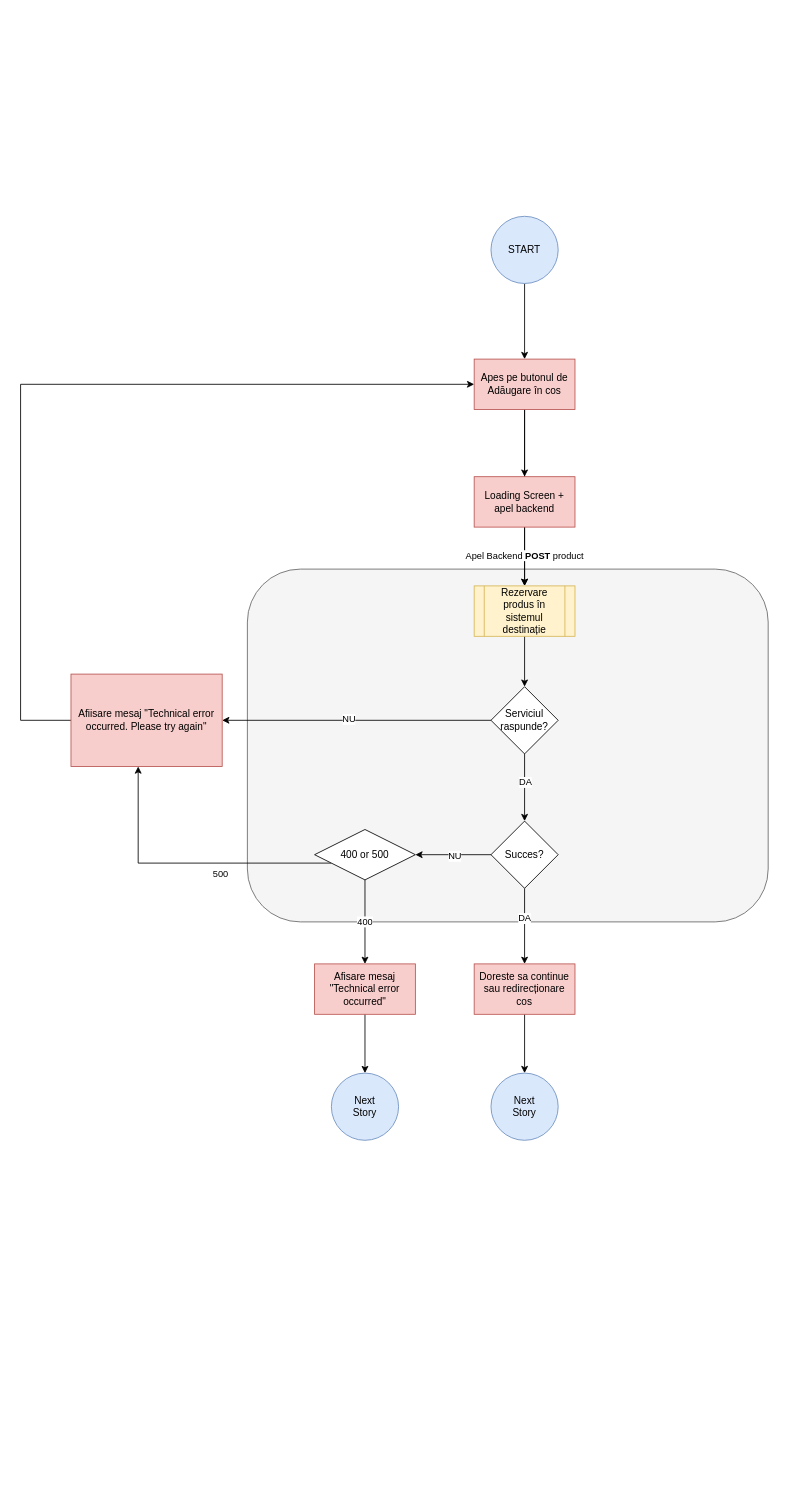
Before: Untitled Diagram.drawio in astanciu20/Today-UIKit, a draw.io diagram. Source tidied: cells renumbered, new cells numbered last; positions are measured from the earlier drawing's top-left corner, leaving out a move shared by most shapes. Both pictures are drawn from the tidied source at 84%, with x=0, y=0 at pixel (20, 216).
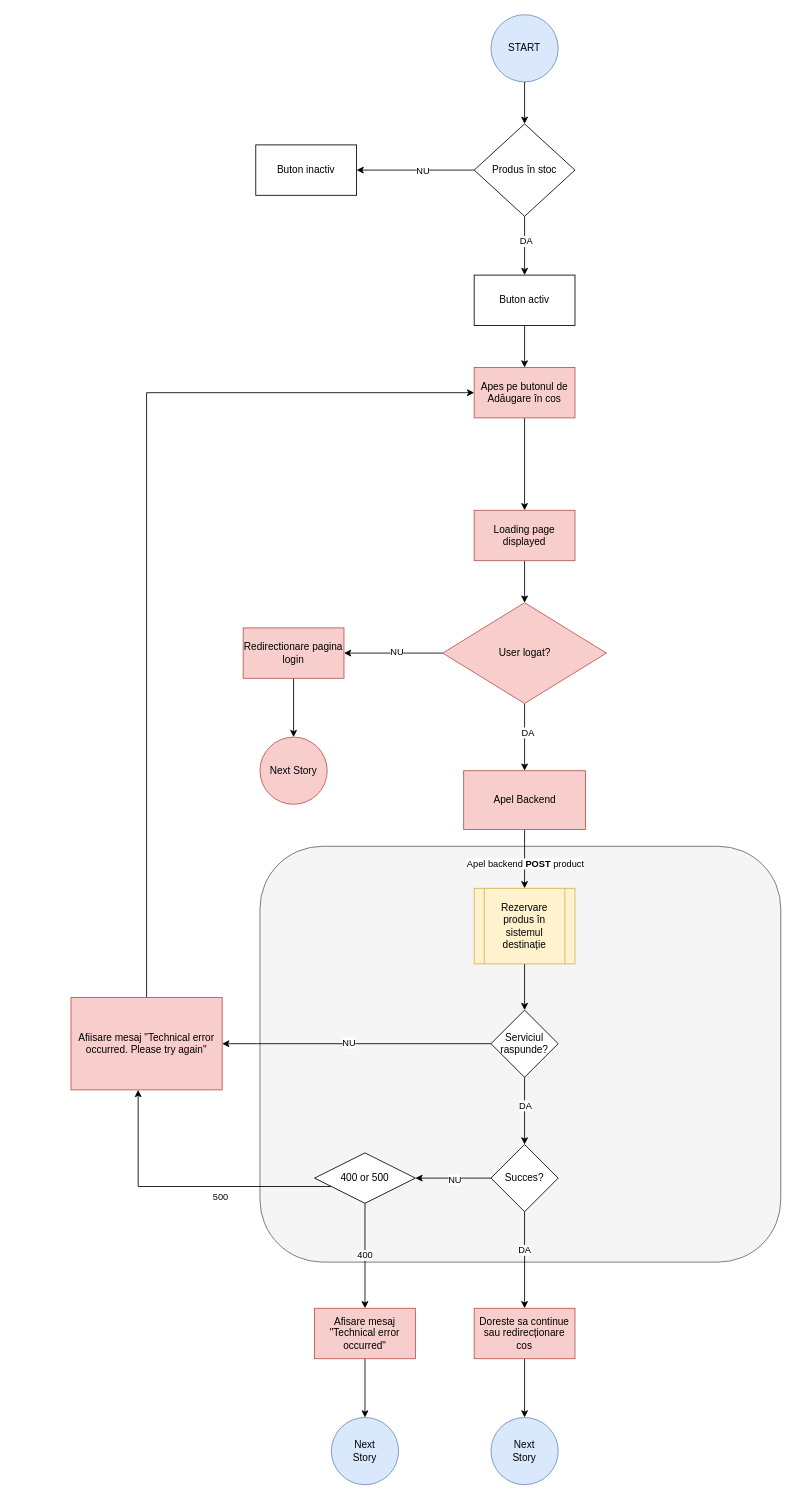
Above is the later version.

The edit, as a diff of the source:
```diff
@@
     <mxCell id="2" style="rounded=1;whiteSpace=wrap;html=1;fillColor=#f5f5f5;fontColor=#333333;strokeColor=#666666;" parent="1" vertex="1">
-      <mxGeometry x="270" y="420" width="620" height="420" as="geometry" />
+      <mxGeometry x="285" y="750" width="620" height="495" as="geometry" />
     </mxCell>
-    <mxCell id="3" style="edgeStyle=orthogonalEdgeStyle;rounded=0;jettySize=auto;html=1;" parent="1" edge="1" source="4" target="7">
+    <mxCell id="3" style="edgeStyle=orthogonalEdgeStyle;rounded=0;jettySize=auto;html=1;" parent="1" edge="1" source="44" target="7">
       <mxGeometry relative="1" as="geometry" />
     </mxCell>
     <mxCell id="4" value="START" style="ellipse;whiteSpace=wrap;html=1;fillColor=#dae8fc;strokeColor=#6c8ebf;" parent="1" vertex="1">
-      <mxGeometry x="560" width="80" height="80" as="geometry" />
+      <mxGeometry x="560" y="-240" width="80" height="80" as="geometry" />
     </mxCell>
-    <mxCell id="5" style="edgeStyle=orthogonalEdgeStyle;rounded=0;jettySize=auto;html=1;" parent="1" edge="1" source="7" target="9">
-      <mxGeometry relative="1" as="geometry" />
-    </mxCell>
-    <mxCell id="6" style="edgeStyle=orthogonalEdgeStyle;rounded=0;jettySize=auto;html=1;" parent="1" edge="1" source="7" target="12">
-      <mxGeometry relative="1" as="geometry" />
-    </mxCell>
+    <mxCell id="36" style="edgeStyle=orthogonalEdgeStyle;rounded=0;jettySize=auto;html=1;" parent="1" edge="1" source="7" target="46">
+      <mxGeometry relative="1" as="geometry" />
+    </mxCell>
     <mxCell id="7" value="Apes pe butonul de Adăugare în cos" style="whiteSpace=wrap;html=1;fillColor=#f8cecc;strokeColor=#b85450;" parent="1" vertex="1">
-      <mxGeometry x="540" y="170" width="120" height="60" as="geometry" />
+      <mxGeometry x="540" y="180" width="120" height="60" as="geometry" />
     </mxCell>
@@
     <mxCell id="9" value="Rezervare produs în sistemul destinație" style="shape=process;whiteSpace=wrap;html=1;backgroundOutline=1;fillColor=#fff2cc;strokeColor=#d6b656;" parent="1" vertex="1">
-      <mxGeometry x="540" y="440" width="120" height="60" as="geometry" />
+      <mxGeometry x="540" y="800" width="120" height="90" as="geometry" />
     </mxCell>
-    <mxCell id="10" style="edgeStyle=orthogonalEdgeStyle;rounded=0;jettySize=auto;html=1;" parent="1" edge="1" source="12" target="9">
-      <mxGeometry relative="1" as="geometry" />
-    </mxCell>
-    <mxCell id="11" value="Apel Backend &lt;b&gt;POST&lt;/b&gt; product" style="edgeLabel;html=1;align=center;verticalAlign=middle;" parent="10" vertex="1">
-      <mxGeometry x="-0.06" y="-1" relative="1" as="geometry" />
-    </mxCell>
-    <mxCell id="12" value="Loading Screen + apel backend" style="whiteSpace=wrap;html=1;fillColor=#f8cecc;strokeColor=#b85450;" parent="1" vertex="1">
-      <mxGeometry x="540" y="310" width="120" height="60" as="geometry" />
-    </mxCell>
@@
     <mxCell id="17" value="Serviciul&lt;br&gt;raspunde?" style="rhombus;whiteSpace=wrap;html=1;" parent="1" vertex="1">
-      <mxGeometry x="560" y="560" width="80" height="80" as="geometry" />
+      <mxGeometry x="560" y="945" width="80" height="80" as="geometry" />
     </mxCell>
-    <mxCell id="18" style="edgeStyle=orthogonalEdgeStyle;rounded=0;jettySize=auto;html=1;entryX=0;entryY=0.5;entryDx=0;entryDy=0;" parent="1" edge="1" source="19" target="7">
-      <mxGeometry relative="1" as="geometry">
-        <Array as="points">
-          <mxPoint y="600" />
-          <mxPoint y="200" />
-        </Array>
-      </mxGeometry>
+    <mxCell id="18" style="edgeStyle=orthogonalEdgeStyle;rounded=0;jettySize=auto;html=1;exitX=0.5;exitY=0;exitDx=0;exitDy=0;entryX=0;entryY=0.5;entryDx=0;entryDy=0;" parent="1" edge="1" source="19" target="7">
+      <mxGeometry relative="1" as="geometry" />
     </mxCell>
     <mxCell id="19" value="Afiisare mesaj &quot;Technical error occurred. Please try again&quot;" style="whiteSpace=wrap;html=1;fillColor=#f8cecc;strokeColor=#b85450;" parent="1" vertex="1">
-      <mxGeometry x="60" y="545" width="180" height="110" as="geometry" />
+      <mxGeometry x="60" y="930" width="180" height="110" as="geometry" />
     </mxCell>
@@
     <mxCell id="24" value="Succes?" style="rhombus;whiteSpace=wrap;html=1;" parent="1" vertex="1">
-      <mxGeometry x="560" y="720" width="80" height="80" as="geometry" />
+      <mxGeometry x="560" y="1105" width="80" height="80" as="geometry" />
     </mxCell>
     <mxCell id="25" style="edgeStyle=orthogonalEdgeStyle;rounded=0;jettySize=auto;html=1;" parent="1" edge="1" source="29" target="19">
       <mxGeometry relative="1" as="geometry">
         <Array as="points">
-          <mxPoint x="140" y="770" />
+          <mxPoint x="140" y="1155" />
         </Array>
       </mxGeometry>
     </mxCell>
@@
     <mxCell id="29" value="400 or 500" style="whiteSpace=wrap;html=1;shape=rhombus;perimeter=rhombusPerimeter;" parent="1" vertex="1">
-      <mxGeometry x="350" y="730" width="120" height="60" as="geometry" />
+      <mxGeometry x="350" y="1115" width="120" height="60" as="geometry" />
     </mxCell>
-    <mxCell id="30" style="edgeStyle=orthogonalEdgeStyle;rounded=0;jettySize=auto;html=1;" parent="1" edge="1" source="31" target="34">
+    <mxCell id="30" style="edgeStyle=orthogonalEdgeStyle;rounded=0;jettySize=auto;html=1;exitX=0.5;exitY=1;exitDx=0;exitDy=0;entryX=0.5;entryY=0;entryDx=0;entryDy=0;" parent="1" edge="1" source="31" target="34">
       <mxGeometry relative="1" as="geometry" />
     </mxCell>
     <mxCell id="31" value="Doreste sa continue sau redirecționare cos" style="whiteSpace=wrap;html=1;fillColor=#f8cecc;strokeColor=#b85450;" parent="1" vertex="1">
-      <mxGeometry x="540" y="890" width="120" height="60" as="geometry" />
+      <mxGeometry x="540" y="1300" width="120" height="60" as="geometry" />
     </mxCell>
-    <mxCell id="32" style="edgeStyle=orthogonalEdgeStyle;rounded=0;jettySize=auto;html=1;" parent="1" edge="1" source="33" target="35">
+    <mxCell id="32" style="edgeStyle=orthogonalEdgeStyle;rounded=0;jettySize=auto;html=1;exitX=0.5;exitY=1;exitDx=0;exitDy=0;entryX=0.5;entryY=0;entryDx=0;entryDy=0;" parent="1" edge="1" source="33" target="35">
       <mxGeometry relative="1" as="geometry" />
     </mxCell>
     <mxCell id="33" value="Afisare mesaj &quot;Technical error occurred&quot;" style="whiteSpace=wrap;html=1;fillColor=#f8cecc;strokeColor=#b85450;" parent="1" vertex="1">
-      <mxGeometry x="350" y="890" width="120" height="60" as="geometry" />
+      <mxGeometry x="350" y="1300" width="120" height="60" as="geometry" />
     </mxCell>
     <mxCell id="34" value="Next&lt;br&gt;Story" style="ellipse;whiteSpace=wrap;html=1;fillColor=#dae8fc;strokeColor=#6c8ebf;" parent="1" vertex="1">
-      <mxGeometry x="560" y="1020" width="80" height="80" as="geometry" />
+      <mxGeometry x="560" y="1430" width="80" height="80" as="geometry" />
     </mxCell>
     <mxCell id="35" value="Next&lt;br&gt;Story" style="ellipse;whiteSpace=wrap;html=1;fillColor=#dae8fc;strokeColor=#6c8ebf;" parent="1" vertex="1">
-      <mxGeometry x="370" y="1020" width="80" height="80" as="geometry" />
+      <mxGeometry x="370" y="1430" width="80" height="80" as="geometry" />
     </mxCell>
+    <mxCell id="37" style="edgeStyle=orthogonalEdgeStyle;rounded=0;jettySize=auto;html=1;" parent="1" edge="1" source="4" target="40">
+      <mxGeometry relative="1" as="geometry" />
+    </mxCell>
+    <mxCell id="38" style="edgeStyle=orthogonalEdgeStyle;rounded=0;jettySize=auto;html=1;" parent="1" edge="1" source="40" target="41">
+      <mxGeometry relative="1" as="geometry" />
+    </mxCell>
+    <mxCell id="39" value="NU" style="edgeLabel;html=1;align=center;verticalAlign=middle;" parent="38" vertex="1">
+      <mxGeometry x="-0.12" relative="1" as="geometry" />
+    </mxCell>
+    <mxCell id="40" value="Produs în stoc" style="rhombus;whiteSpace=wrap;html=1;" parent="1" vertex="1">
+      <mxGeometry x="540" y="-110" width="120" height="110" as="geometry" />
+    </mxCell>
+    <mxCell id="41" value="Buton inactiv" style="whiteSpace=wrap;html=1;" parent="1" vertex="1">
+      <mxGeometry x="280" y="-85" width="120" height="60" as="geometry" />
+    </mxCell>
+    <mxCell id="42" style="edgeStyle=orthogonalEdgeStyle;rounded=0;jettySize=auto;html=1;" parent="1" edge="1" source="40" target="44">
+      <mxGeometry relative="1" as="geometry" />
+    </mxCell>
+    <mxCell id="43" value="DA" style="edgeLabel;html=1;align=center;verticalAlign=middle;" parent="42" vertex="1">
+      <mxGeometry x="-0.16" y="1" relative="1" as="geometry" />
+    </mxCell>
+    <mxCell id="44" value="Buton activ" style="rounded=0;whiteSpace=wrap;html=1;" parent="1" vertex="1">
+      <mxGeometry x="540" y="70" width="120" height="60" as="geometry" />
+    </mxCell>
+    <mxCell id="45" style="edgeStyle=orthogonalEdgeStyle;rounded=0;jettySize=auto;html=1;" parent="1" edge="1" source="46" target="51">
+      <mxGeometry relative="1" as="geometry" />
+    </mxCell>
+    <mxCell id="46" value="Loading page displayed" style="whiteSpace=wrap;html=1;fillColor=#f8cecc;strokeColor=#b85450;" parent="1" vertex="1">
+      <mxGeometry x="540" y="350" width="120" height="60" as="geometry" />
+    </mxCell>
+    <mxCell id="47" style="edgeStyle=orthogonalEdgeStyle;rounded=0;jettySize=auto;html=1;" parent="1" edge="1" source="51" target="53">
+      <mxGeometry relative="1" as="geometry" />
+    </mxCell>
+    <mxCell id="48" value="NU" style="edgeLabel;html=1;align=center;verticalAlign=middle;" parent="47" vertex="1">
+      <mxGeometry x="-0.04" y="-2" relative="1" as="geometry">
+        <mxPoint x="1" as="offset" />
+      </mxGeometry>
+    </mxCell>
+    <mxCell id="49" style="edgeStyle=orthogonalEdgeStyle;rounded=0;jettySize=auto;html=1;" parent="1" edge="1" source="51" target="57">
+      <mxGeometry relative="1" as="geometry" />
+    </mxCell>
+    <mxCell id="50" value="DA" style="edgeLabel;html=1;align=center;verticalAlign=middle;" parent="49" vertex="1">
+      <mxGeometry x="-0.15" y="3" relative="1" as="geometry" />
+    </mxCell>
+    <mxCell id="51" value="User logat?" style="rhombus;whiteSpace=wrap;html=1;fillColor=#f8cecc;strokeColor=#b85450;" parent="1" vertex="1">
+      <mxGeometry x="502.5" y="460" width="195" height="120" as="geometry" />
+    </mxCell>
+    <mxCell id="52" style="edgeStyle=orthogonalEdgeStyle;rounded=0;jettySize=auto;html=1;" parent="1" edge="1" source="53" target="54">
+      <mxGeometry relative="1" as="geometry" />
+    </mxCell>
+    <mxCell id="53" value="Redirectionare pagina login" style="whiteSpace=wrap;html=1;fillColor=#f8cecc;strokeColor=#b85450;" parent="1" vertex="1">
+      <mxGeometry x="265" y="490" width="120" height="60" as="geometry" />
+    </mxCell>
+    <mxCell id="54" value="Next Story" style="ellipse;whiteSpace=wrap;html=1;fillColor=#f8cecc;strokeColor=#b85450;" parent="1" vertex="1">
+      <mxGeometry x="285" y="620" width="80" height="80" as="geometry" />
+    </mxCell>
+    <mxCell id="55" style="edgeStyle=orthogonalEdgeStyle;rounded=0;jettySize=auto;html=1;exitX=0.5;exitY=1;exitDx=0;exitDy=0;" parent="1" edge="1" source="57" target="9">
+      <mxGeometry relative="1" as="geometry" />
+    </mxCell>
+    <mxCell id="56" value="Apel backend &lt;b&gt;POST&lt;/b&gt; product" style="edgeLabel;html=1;align=center;verticalAlign=middle;" parent="55" vertex="1">
+      <mxGeometry x="-0.11" relative="1" as="geometry">
+        <mxPoint y="9" as="offset" />
+      </mxGeometry>
+    </mxCell>
+    <mxCell id="57" value="Apel Backend" style="whiteSpace=wrap;html=1;fillColor=#f8cecc;strokeColor=#b85450;" parent="1" vertex="1">
+      <mxGeometry x="527.5" y="660" width="145" height="70" as="geometry" />
+    </mxCell>
```
